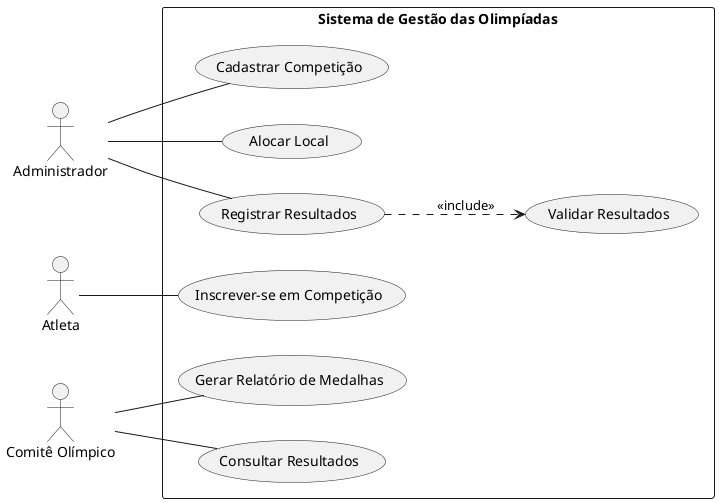
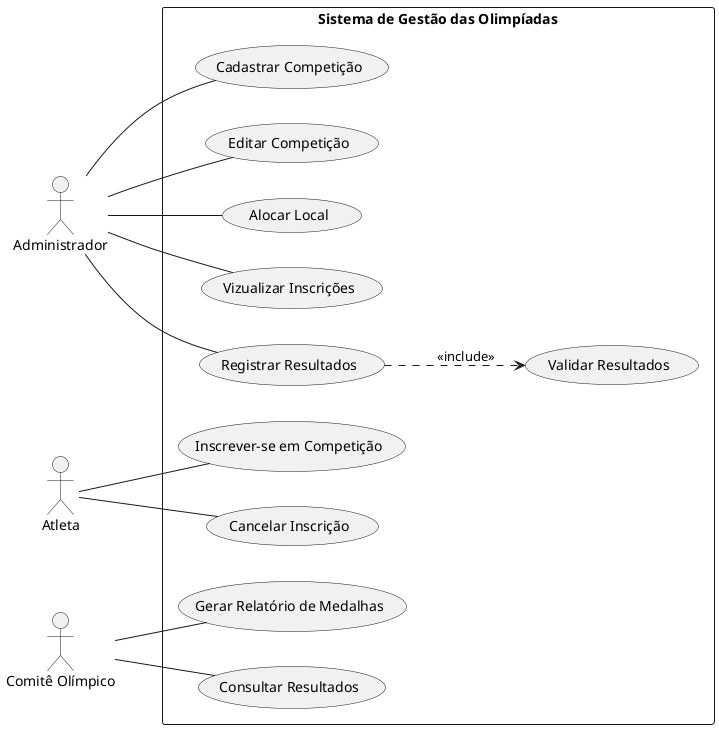
@startuml
left to right direction

actor Administrador
actor Atleta
actor "Comitê Olímpico" as Comite

rectangle "Sistema de Gestão das Olimpíadas" {
  Administrador -- (Cadastrar Competição)
+   Administrador -- (Editar Competição)
  Administrador -- (Alocar Local)
+   Administrador -- (Vizualizar Inscrições)
  Administrador -- (Registrar Resultados)
+ 

  (Registrar Resultados) ..> (Validar Resultados) : <<include>>

  Atleta -- (Inscrever-se em Competição)
+   Atleta -- (Cancelar Inscrição)

  Comite -- (Gerar Relatório de Medalhas)
  Comite -- (Consultar Resultados)

}
@enduml